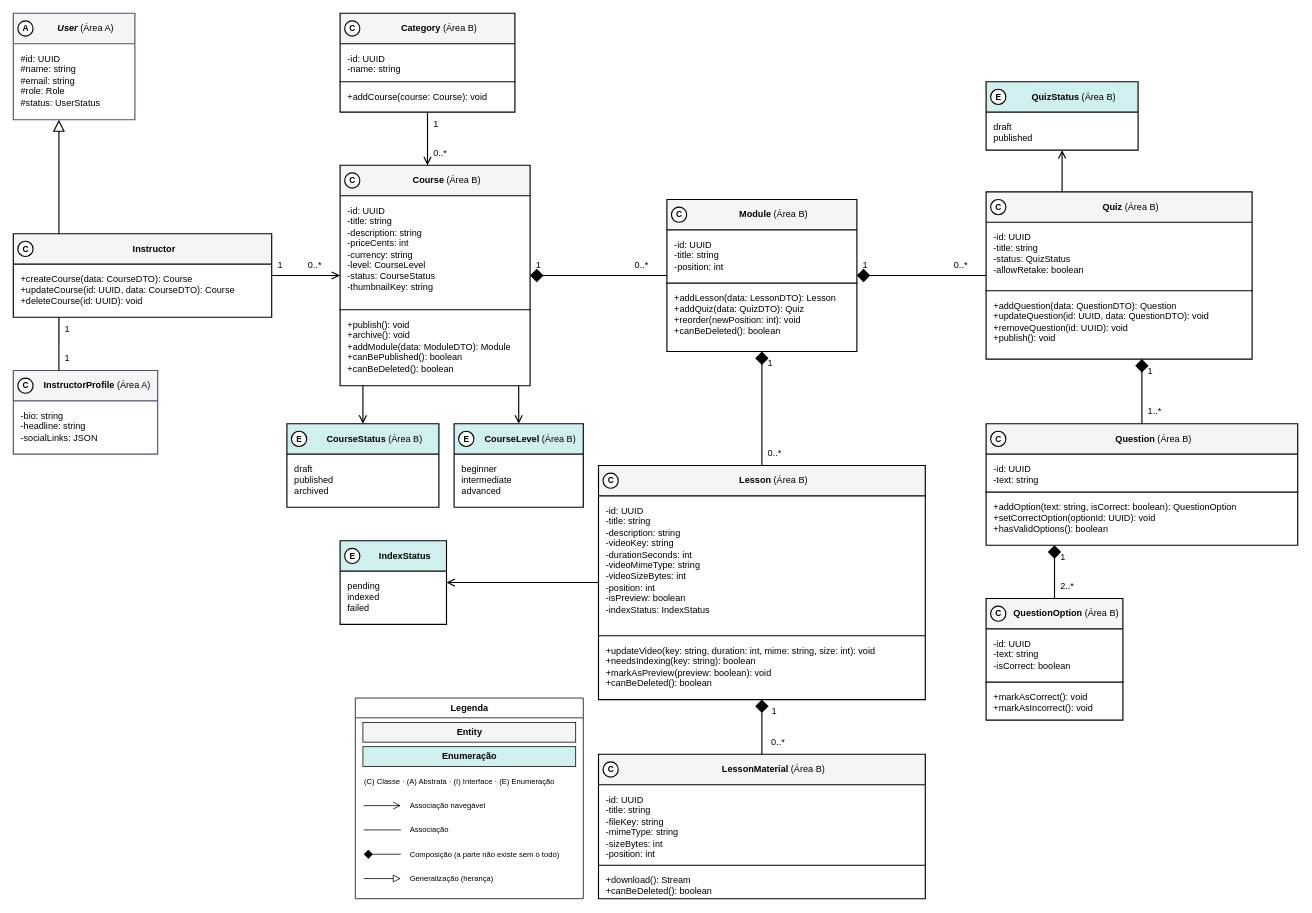
This is especificacao/diagramas/13-classes-area-b-negocial.drawio from Plataforma-de-Cursos-TCC/plataforma-cursos-docs, a draw.io file, before an edit. Source tidied: cells renumbered, new cells numbered last; positions are measured from the earlier drawing's top-left corner, leaving out a move shared by most shapes. Both pictures are drawn from the tidied source at 76%, with x=0, y=0 at pixel (13, 13).
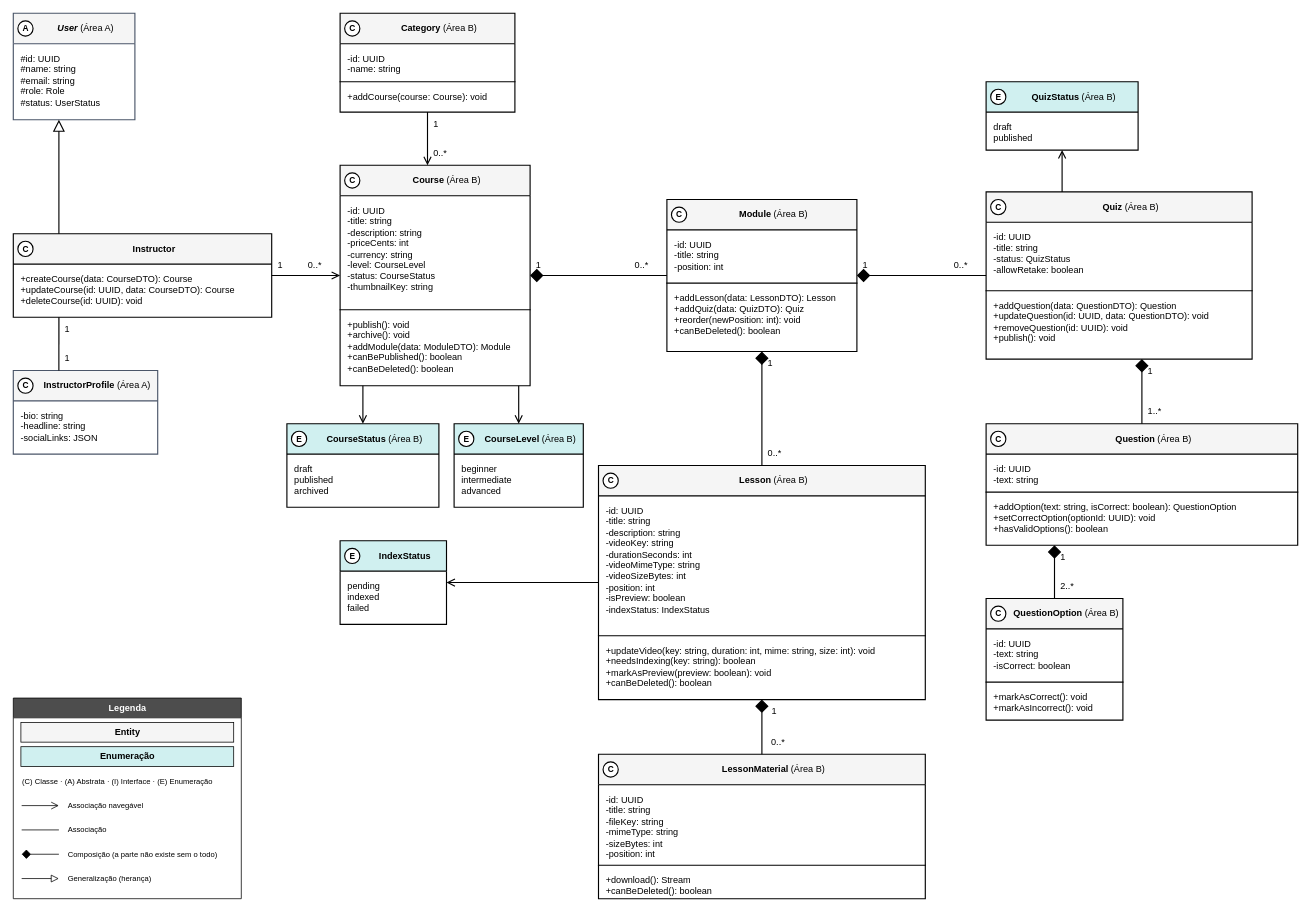
The same diagram, later.

The edit, as a diff of the source:
```diff
@@
-    <mxCell id="87" value="Legenda" style="swimlane;html=1;rounded=0;startSize=26;fontStyle=1;fillColor=#FFFFFF;swimlaneFillColor=#FFFFFF;strokeColor=#000000;" parent="1" vertex="1">
-      <mxGeometry x="450" y="901" width="300" height="264" as="geometry" />
+    <mxCell id="87" value="Legenda" style="swimlane;html=1;rounded=0;startSize=26;fontStyle=1;fillColor=#4D4D4D;fontColor=#FFFFFF;swimlaneFillColor=#FFFFFF;strokeColor=#000000;" parent="1" vertex="1">
+      <mxGeometry y="901" width="300" height="264" as="geometry" />
     </mxCell>
```
